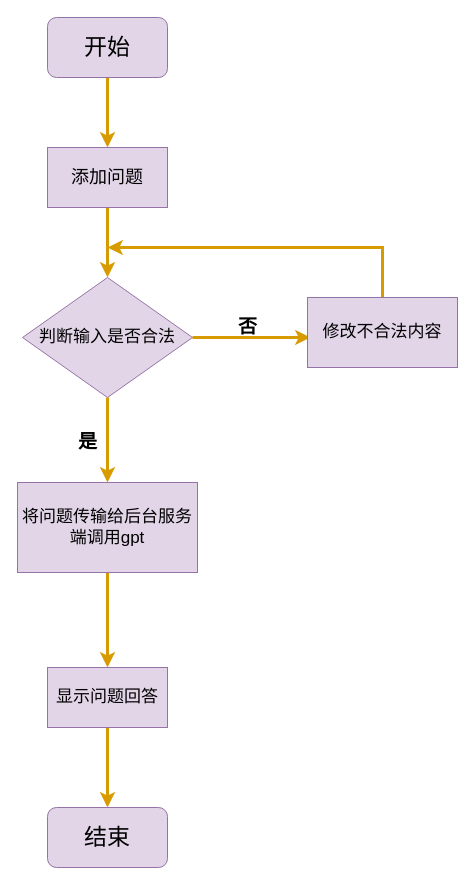
ov0-0vo/1 keeps this draw.io diagram as 发布问题流程图.drawio. Above is the earlier version. Source tidied: cells renumbered, new cells numbered last; positions are measured from the earlier drawing's top-left corner, leaving out a move shared by most shapes. Both pictures are drawn from the tidied source at 100%, with x=0, y=0 at pixel (17, 17).
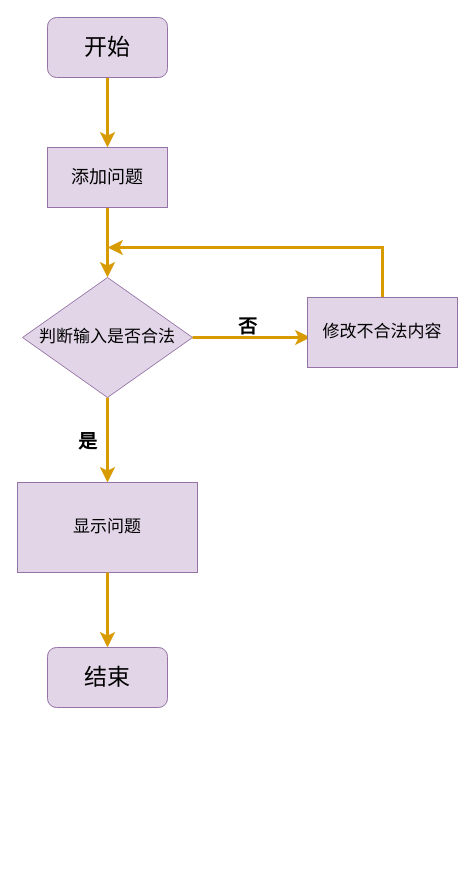
The same diagram, later.

Commit message (it also covers changes not shown here):
更新发布问题流程图.drawio

Diff of the diagram source:
```diff
@@
-    <mxCell id="9" style="edgeStyle=none;shape=connector;rounded=0;jettySize=auto;html=1;labelBackgroundColor=default;strokeColor=#d79b00;strokeWidth=3;fontFamily=Times New Roman;fontSize=12;fontColor=default;endArrow=classic;fillColor=#ffe6cc;entryX=0.5;entryY=0;entryDx=0;entryDy=0;" parent="1" edge="1" source="10" target="15">
-      <mxGeometry relative="1" as="geometry" />
-    </mxCell>
-    <mxCell id="10" value="将问题传输给后台服务端调用gpt" style="whiteSpace=wrap;html=1;fontSize=17;fillColor=#e1d5e7;strokeColor=#9673a6;" parent="1" vertex="1">
+    <mxCell id="10" value="显示问题" style="whiteSpace=wrap;html=1;fontSize=17;fillColor=#e1d5e7;strokeColor=#9673a6;" parent="1" vertex="1">
       <mxGeometry y="465" width="180" height="90" as="geometry" />
     </mxCell>
@@
-    <mxCell id="14" style="edgeStyle=none;shape=connector;rounded=0;jettySize=auto;html=1;labelBackgroundColor=default;strokeColor=#d79b00;strokeWidth=3;fontFamily=Times New Roman;fontSize=12;fontColor=default;endArrow=classic;fillColor=#ffe6cc;" parent="1" edge="1" source="15" target="16">
+    <mxCell id="14" style="edgeStyle=none;shape=connector;rounded=0;jettySize=auto;html=1;labelBackgroundColor=default;strokeColor=#d79b00;strokeWidth=3;fontFamily=Times New Roman;fontSize=12;fontColor=default;endArrow=classic;fillColor=#ffe6cc;exitX=0.5;exitY=1;exitDx=0;exitDy=0;" parent="1" edge="1" source="10" target="16">
       <mxGeometry relative="1" as="geometry" />
     </mxCell>
-    <mxCell id="15" value="显示问题回答" style="whiteSpace=wrap;html=1;fontSize=17;fillColor=#e1d5e7;strokeColor=#9673a6;" parent="1" vertex="1">
-      <mxGeometry x="30" y="650" width="120" height="60" as="geometry" />
-    </mxCell>
     <mxCell id="16" value="结束" style="rounded=1;whiteSpace=wrap;html=1;fontSize=23;fillColor=#e1d5e7;strokeColor=#9673a6;" parent="1" vertex="1">
-      <mxGeometry x="30" y="790" width="120" height="60" as="geometry" />
+      <mxGeometry x="30" y="630" width="120" height="60" as="geometry" />
     </mxCell>
```
